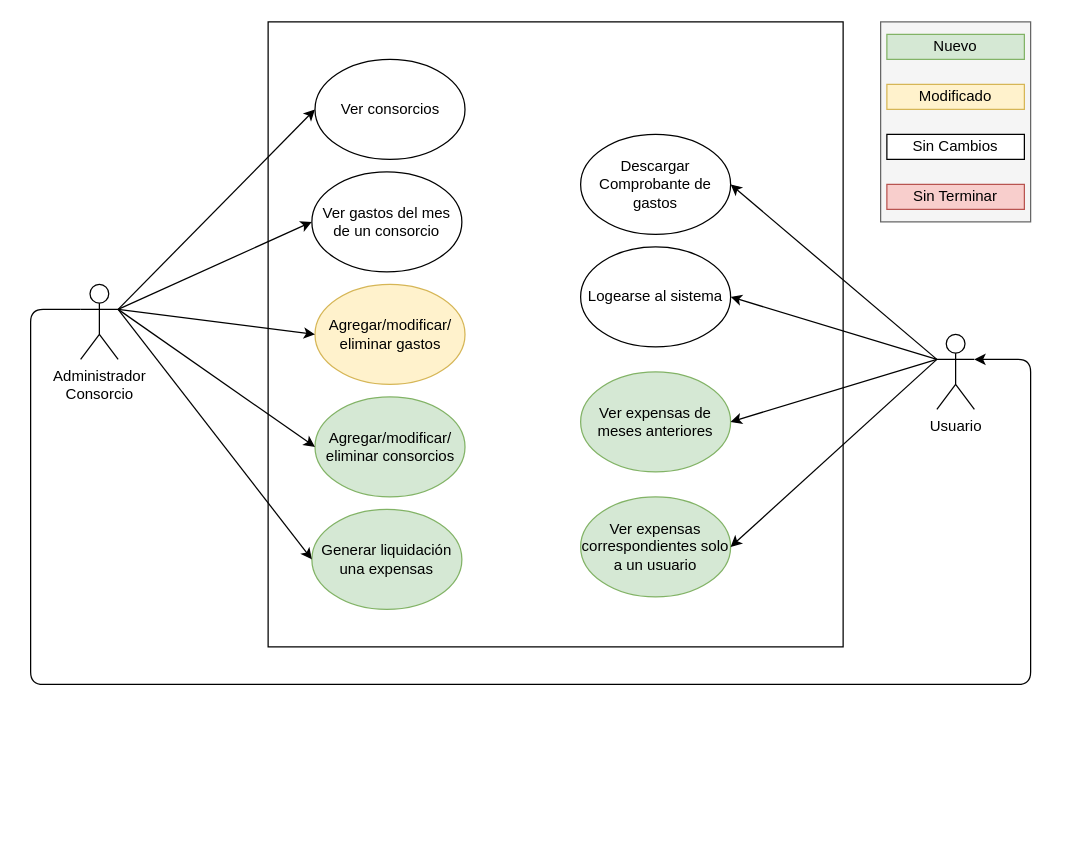
The draw.io diagram united-consortium-doc/use-cases-sources/use-cases.drawio in fbritez/consorcio-unido, before the edit. Source tidied: cells renumbered, new cells numbered last; positions are measured from the earlier drawing's top-left corner, leaving out a move shared by most shapes. Both pictures are drawn from the tidied source at 125%, with x=0, y=0 at pixel (30, 21).
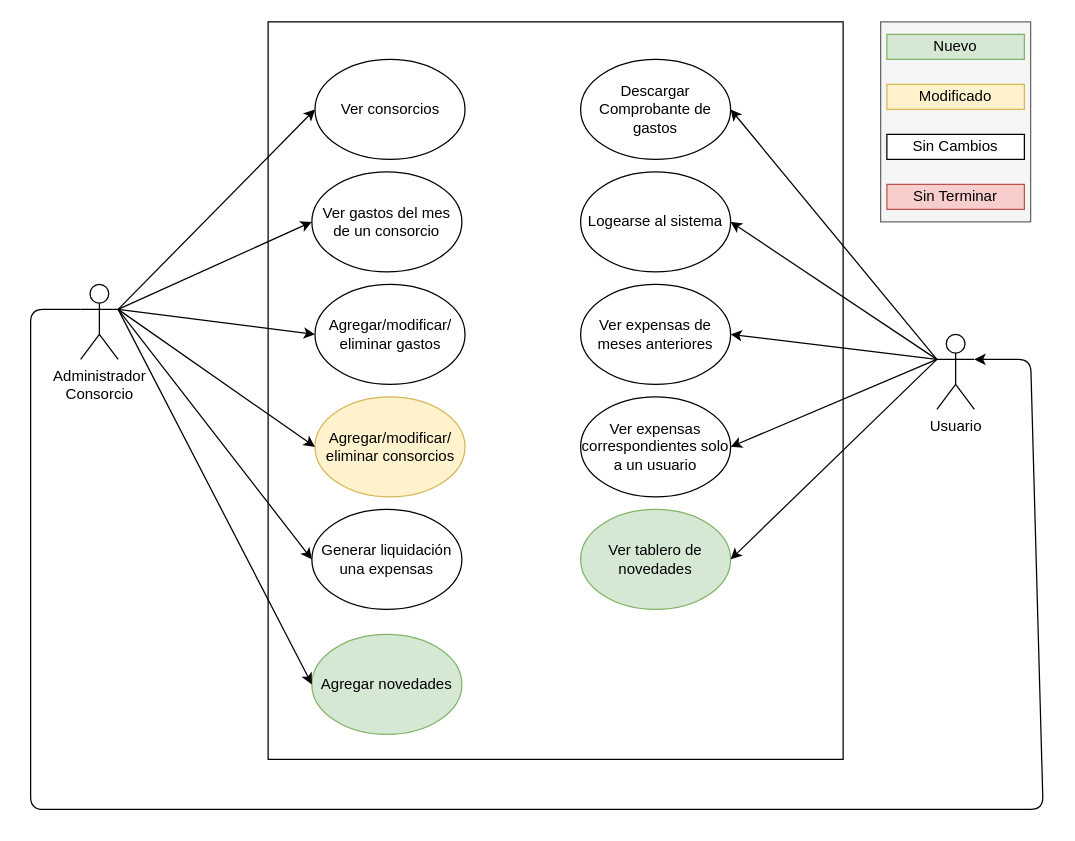
The same diagram, later.

The change refers to these unchanged cells:
```xml
<mxCell id="3" value="Administrador&lt;br&gt;Consorcio" style="shape=umlActor;verticalLabelPosition=bottom;verticalAlign=top;html=1;outlineConnect=0;" parent="1" vertex="1">
  <mxGeometry x="40" y="210" width="30" height="60" as="geometry" />
</mxCell>
<mxCell id="19" value="Usuario" style="shape=umlActor;verticalLabelPosition=bottom;verticalAlign=top;html=1;outlineConnect=0;" parent="1" vertex="1">
  <mxGeometry x="725" y="250" width="30" height="60" as="geometry" />
</mxCell>
```

What changed in the source:
```diff
@@
     <mxCell id="2" style="rounded=0;whiteSpace=wrap;html=1;" parent="1" vertex="1">
-      <mxGeometry x="190" width="460" height="500" as="geometry" />
+      <mxGeometry x="190" width="460" height="590" as="geometry" />
     </mxCell>
@@
-    <mxCell id="8" value="Agregar/modificar/&lt;br&gt;eliminar gastos" style="ellipse;whiteSpace=wrap;html=1;fillColor=#fff2cc;strokeColor=#d6b656;" parent="1" vertex="1">
+    <mxCell id="8" value="Agregar/modificar/&lt;br&gt;eliminar gastos" style="ellipse;whiteSpace=wrap;html=1;" parent="1" vertex="1">
       <mxGeometry x="227.5" y="210" width="120" height="80" as="geometry" />
     </mxCell>
@@
     <mxCell id="15" value="Descargar Comprobante de gastos" style="ellipse;whiteSpace=wrap;html=1;fillColor=#FFFFFF;strokeColor=#000000;" parent="1" vertex="1">
-      <mxGeometry x="440" y="90" width="120" height="80" as="geometry" />
+      <mxGeometry x="440" y="30" width="120" height="80" as="geometry" />
     </mxCell>
     <mxCell id="16" value="Logearse al sistema" style="ellipse;whiteSpace=wrap;html=1;fillColor=#FFFFFF;strokeColor=#000000;" parent="1" vertex="1">
-      <mxGeometry x="440" y="180" width="120" height="80" as="geometry" />
+      <mxGeometry x="440" y="120" width="120" height="80" as="geometry" />
     </mxCell>
@@
-    <mxCell id="20" value="Agregar/modificar/&lt;br&gt;eliminar consorcios" style="ellipse;whiteSpace=wrap;html=1;fillColor=#d5e8d4;strokeColor=#82b366;" parent="1" vertex="1">
+    <mxCell id="20" value="Agregar/modificar/&lt;br&gt;eliminar consorcios" style="ellipse;whiteSpace=wrap;html=1;fillColor=#fff2cc;strokeColor=#d6b656;" parent="1" vertex="1">
       <mxGeometry x="227.5" y="300" width="120" height="80" as="geometry" />
     </mxCell>
@@
-    <mxCell id="22" value="Ver expensas de meses anteriores" style="ellipse;whiteSpace=wrap;html=1;fillColor=#d5e8d4;strokeColor=#82b366;" parent="1" vertex="1">
-      <mxGeometry x="440" y="280" width="120" height="80" as="geometry" />
+    <mxCell id="22" value="Ver expensas de meses anteriores" style="ellipse;whiteSpace=wrap;html=1;" parent="1" vertex="1">
+      <mxGeometry x="440" y="210" width="120" height="80" as="geometry" />
     </mxCell>
@@
-    <mxCell id="24" value="Ver expensas correspondientes solo a un usuario" style="ellipse;whiteSpace=wrap;html=1;fillColor=#d5e8d4;strokeColor=#82b366;" parent="1" vertex="1">
-      <mxGeometry x="440" y="380" width="120" height="80" as="geometry" />
+    <mxCell id="24" value="Ver expensas correspondientes solo a un usuario" style="ellipse;whiteSpace=wrap;html=1;" parent="1" vertex="1">
+      <mxGeometry x="440" y="300" width="120" height="80" as="geometry" />
     </mxCell>
@@
-    <mxCell id="26" value="Generar liquidación una expensas" style="ellipse;whiteSpace=wrap;html=1;fillColor=#d5e8d4;strokeColor=#82b366;" parent="1" vertex="1">
+    <mxCell id="26" value="Generar liquidación una expensas" style="ellipse;whiteSpace=wrap;html=1;" parent="1" vertex="1">
       <mxGeometry x="225" y="390" width="120" height="80" as="geometry" />
     </mxCell>
@@
     <mxCell id="28" style="endArrow=classic;html=1;entryX=1;entryY=0.3333333333333333;entryDx=0;entryDy=0;exitX=0;exitY=0.3333333333333333;exitDx=0;exitDy=0;exitPerimeter=0;entryPerimeter=0;" parent="1" edge="1" source="3" target="19">
       <mxGeometry relative="1" as="geometry">
         <Array as="points">
           <mxPoint y="230" />
-          <mxPoint y="530" />
-          <mxPoint x="800" y="530" />
+          <mxPoint y="630" />
+          <mxPoint x="410" y="630" />
+          <mxPoint x="810" y="630" />
           <mxPoint x="800" y="270" />
         </Array>
       </mxGeometry>
     </mxCell>
+    <mxCell id="29" value="Ver tablero de novedades" style="ellipse;whiteSpace=wrap;html=1;fillColor=#d5e8d4;strokeColor=#82b366;" parent="1" vertex="1">
+      <mxGeometry x="440" y="390" width="120" height="80" as="geometry" />
+    </mxCell>
+    <mxCell id="30" style="endArrow=classic;html=1;exitX=0;exitY=0.3333333333333333;exitDx=0;exitDy=0;exitPerimeter=0;" parent="1" edge="1" source="19">
+      <mxGeometry relative="1" as="geometry">
+        <mxPoint x="560" y="430" as="targetPoint" />
+      </mxGeometry>
+    </mxCell>
+    <mxCell id="31" value="Agregar novedades" style="ellipse;whiteSpace=wrap;html=1;fillColor=#d5e8d4;strokeColor=#82b366;" parent="1" vertex="1">
+      <mxGeometry x="225" y="490" width="120" height="80" as="geometry" />
+    </mxCell>
+    <mxCell id="32" style="endArrow=classic;html=1;entryX=0;entryY=0.5;entryDx=0;entryDy=0;exitX=1;exitY=0.3333333333333333;exitDx=0;exitDy=0;exitPerimeter=0;" parent="1" edge="1" source="3" target="31">
+      <mxGeometry relative="1" as="geometry" />
+    </mxCell>
```
